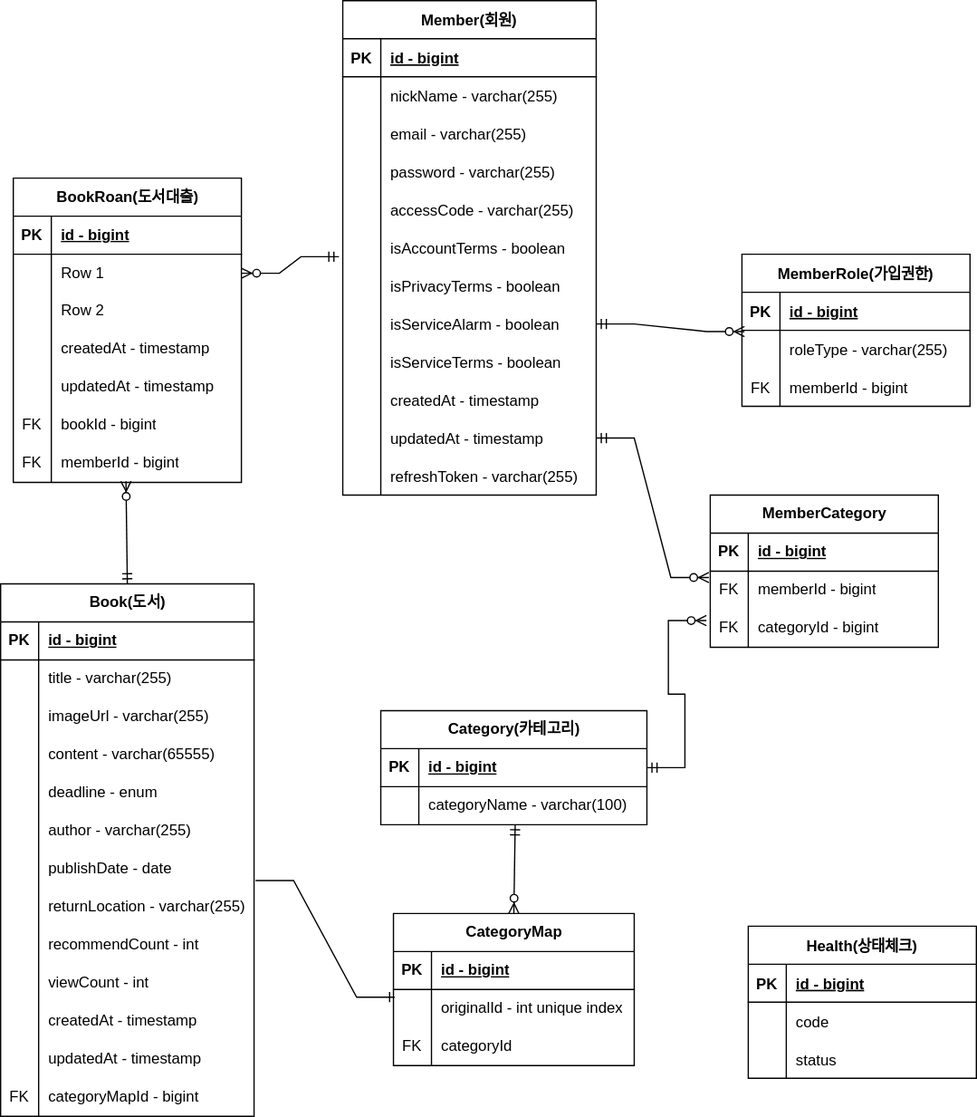
Earlier version of the draw.io export document/litarary.drawio.svg (dukki-labs/litarary). Source tidied: cells renumbered, new cells last; positions are measured from the earlier drawing's top-left corner, leaving out a move shared by most shapes.
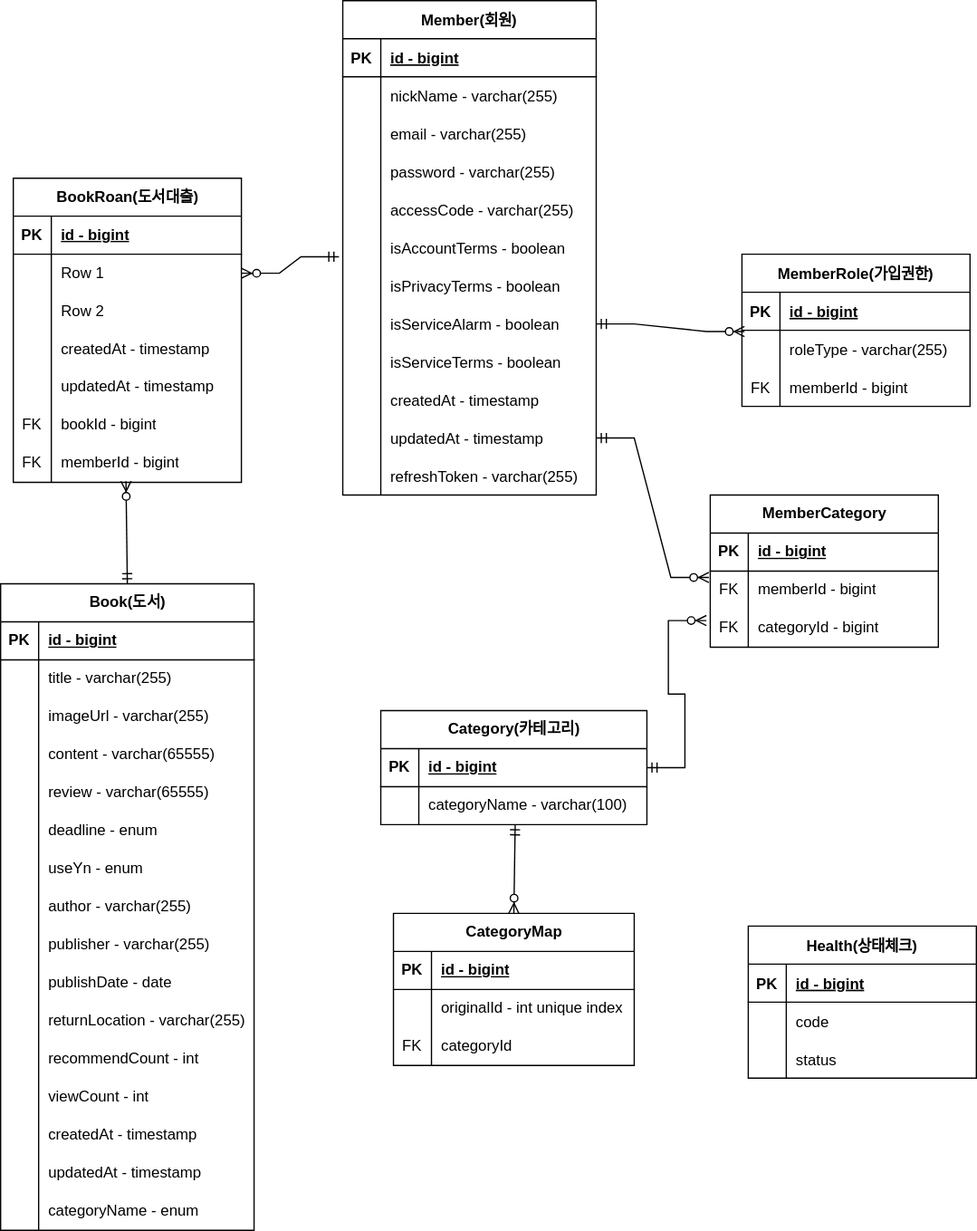
The same diagram one commit later.

Diff of the diagram source:
```diff
@@ -231,7 +231,7 @@
       <mxGeometry relative="1" as="geometry" />
     </mxCell>
     <mxCell id="78" value="Book(도서)" style="shape=table;startSize=30;rowLines=0;fontStyle=1;align=center;html=1;" parent="1" vertex="1">
-      <mxGeometry y="460" width="200" height="420" as="geometry" />
+      <mxGeometry y="460" width="200" height="510" as="geometry" />
     </mxCell>
     <mxCell id="79" style="shape=tableRow;horizontal=0;startSize=0;swimlaneHead=0;swimlaneBody=0;fillColor=none;top=0;left=0;right=0;bottom=1;" parent="78" vertex="1">
       <mxGeometry y="30" width="200" height="30" as="geometry" />
@@ -269,8 +269,17 @@
     <mxCell id="90" value="content - varchar(65555)" style="shape=partialRectangle;fillColor=none;top=0;left=0;bottom=0;right=0;align=left;spacingLeft=6;overflow=hidden;whiteSpace=wrap;html=1;" parent="88" vertex="1">
       <mxGeometry x="30" width="170" height="30" as="geometry" />
     </mxCell>
+    <mxCell id="155" style="shape=tableRow;horizontal=0;startSize=0;swimlaneHead=0;swimlaneBody=0;fillColor=none;top=0;left=0;right=0;bottom=0;" parent="78" vertex="1">
+      <mxGeometry y="150" width="200" height="30" as="geometry" />
+    </mxCell>
+    <mxCell id="156" style="shape=partialRectangle;fillColor=none;top=0;left=0;bottom=0;right=0;overflow=hidden;whiteSpace=wrap;html=1;" parent="155" vertex="1">
+      <mxGeometry width="30" height="30" as="geometry" />
+    </mxCell>
+    <mxCell id="157" value="review - varchar(65555)" style="shape=partialRectangle;fillColor=none;top=0;left=0;bottom=0;right=0;align=left;spacingLeft=6;overflow=hidden;whiteSpace=wrap;html=1;" parent="155" vertex="1">
+      <mxGeometry x="30" width="170" height="30" as="geometry" />
+    </mxCell>
     <mxCell id="91" style="shape=tableRow;horizontal=0;startSize=0;swimlaneHead=0;swimlaneBody=0;fillColor=none;top=0;left=0;right=0;bottom=0;" parent="78" vertex="1">
-      <mxGeometry y="150" width="200" height="30" as="geometry" />
+      <mxGeometry y="180" width="200" height="30" as="geometry" />
     </mxCell>
     <mxCell id="92" style="shape=partialRectangle;fillColor=none;top=0;left=0;bottom=0;right=0;overflow=hidden;whiteSpace=wrap;html=1;" parent="91" vertex="1">
       <mxGeometry width="30" height="30" as="geometry" />
@@ -278,8 +287,17 @@
     <mxCell id="93" value="deadline - enum" style="shape=partialRectangle;fillColor=none;top=0;left=0;bottom=0;right=0;align=left;spacingLeft=6;overflow=hidden;whiteSpace=wrap;html=1;" parent="91" vertex="1">
       <mxGeometry x="30" width="170" height="30" as="geometry" />
     </mxCell>
+    <mxCell id="158" style="shape=tableRow;horizontal=0;startSize=0;swimlaneHead=0;swimlaneBody=0;fillColor=none;top=0;left=0;right=0;bottom=0;" parent="78" vertex="1">
+      <mxGeometry y="210" width="200" height="30" as="geometry" />
+    </mxCell>
+    <mxCell id="159" style="shape=partialRectangle;fillColor=none;top=0;left=0;bottom=0;right=0;overflow=hidden;whiteSpace=wrap;html=1;" parent="158" vertex="1">
+      <mxGeometry width="30" height="30" as="geometry" />
+    </mxCell>
+    <mxCell id="160" value="useYn - enum" style="shape=partialRectangle;fillColor=none;top=0;left=0;bottom=0;right=0;align=left;spacingLeft=6;overflow=hidden;whiteSpace=wrap;html=1;" parent="158" vertex="1">
+      <mxGeometry x="30" width="170" height="30" as="geometry" />
+    </mxCell>
     <mxCell id="94" style="shape=tableRow;horizontal=0;startSize=0;swimlaneHead=0;swimlaneBody=0;fillColor=none;top=0;left=0;right=0;bottom=0;" parent="78" vertex="1">
-      <mxGeometry y="180" width="200" height="30" as="geometry" />
+      <mxGeometry y="240" width="200" height="30" as="geometry" />
     </mxCell>
     <mxCell id="95" style="shape=partialRectangle;fillColor=none;top=0;left=0;bottom=0;right=0;overflow=hidden;whiteSpace=wrap;html=1;" parent="94" vertex="1">
       <mxGeometry width="30" height="30" as="geometry" />
@@ -287,8 +305,17 @@
     <mxCell id="96" value="author - varchar(255)" style="shape=partialRectangle;fillColor=none;top=0;left=0;bottom=0;right=0;align=left;spacingLeft=6;overflow=hidden;whiteSpace=wrap;html=1;" parent="94" vertex="1">
       <mxGeometry x="30" width="170" height="30" as="geometry" />
     </mxCell>
+    <mxCell id="161" style="shape=tableRow;horizontal=0;startSize=0;swimlaneHead=0;swimlaneBody=0;fillColor=none;top=0;left=0;right=0;bottom=0;" parent="78" vertex="1">
+      <mxGeometry y="270" width="200" height="30" as="geometry" />
+    </mxCell>
+    <mxCell id="162" style="shape=partialRectangle;fillColor=none;top=0;left=0;bottom=0;right=0;overflow=hidden;whiteSpace=wrap;html=1;" parent="161" vertex="1">
+      <mxGeometry width="30" height="30" as="geometry" />
+    </mxCell>
+    <mxCell id="163" value="publisher - varchar(255)" style="shape=partialRectangle;fillColor=none;top=0;left=0;bottom=0;right=0;align=left;spacingLeft=6;overflow=hidden;whiteSpace=wrap;html=1;" parent="161" vertex="1">
+      <mxGeometry x="30" width="170" height="30" as="geometry" />
+    </mxCell>
     <mxCell id="97" style="shape=tableRow;horizontal=0;startSize=0;swimlaneHead=0;swimlaneBody=0;fillColor=none;points=[[0,0.5],[1,0.5]];portConstraint=eastwest;top=0;left=0;right=0;bottom=0;" parent="78" vertex="1">
-      <mxGeometry y="210" width="200" height="30" as="geometry" />
+      <mxGeometry y="300" width="200" height="30" as="geometry" />
     </mxCell>
     <mxCell id="98" style="shape=partialRectangle;fillColor=none;top=0;left=0;bottom=0;right=0;overflow=hidden;whiteSpace=wrap;html=1;" parent="97" vertex="1">
       <mxGeometry width="30" height="30" as="geometry" />
@@ -297,7 +324,7 @@
       <mxGeometry x="30" width="170" height="30" as="geometry" />
     </mxCell>
     <mxCell id="100" style="shape=tableRow;horizontal=0;startSize=0;swimlaneHead=0;swimlaneBody=0;fillColor=none;top=0;left=0;right=0;bottom=0;" parent="78" vertex="1">
-      <mxGeometry y="240" width="200" height="30" as="geometry" />
+      <mxGeometry y="330" width="200" height="30" as="geometry" />
     </mxCell>
     <mxCell id="101" style="shape=partialRectangle;fillColor=none;top=0;left=0;bottom=0;right=0;overflow=hidden;whiteSpace=wrap;html=1;" parent="100" vertex="1">
       <mxGeometry width="30" height="30" as="geometry" />
@@ -306,7 +333,7 @@
       <mxGeometry x="30" width="170" height="30" as="geometry" />
     </mxCell>
     <mxCell id="103" style="shape=tableRow;horizontal=0;startSize=0;swimlaneHead=0;swimlaneBody=0;fillColor=none;top=0;left=0;right=0;bottom=0;" parent="78" vertex="1">
-      <mxGeometry y="270" width="200" height="30" as="geometry" />
+      <mxGeometry y="360" width="200" height="30" as="geometry" />
     </mxCell>
     <mxCell id="104" style="shape=partialRectangle;fillColor=none;top=0;left=0;bottom=0;right=0;overflow=hidden;whiteSpace=wrap;html=1;" parent="103" vertex="1">
       <mxGeometry width="30" height="30" as="geometry" />
@@ -315,7 +342,7 @@
       <mxGeometry x="30" width="170" height="30" as="geometry" />
     </mxCell>
     <mxCell id="106" style="shape=tableRow;horizontal=0;startSize=0;swimlaneHead=0;swimlaneBody=0;fillColor=none;top=0;left=0;right=0;bottom=0;" parent="78" vertex="1">
-      <mxGeometry y="300" width="200" height="30" as="geometry" />
+      <mxGeometry y="390" width="200" height="30" as="geometry" />
     </mxCell>
     <mxCell id="107" style="shape=partialRectangle;fillColor=none;top=0;left=0;bottom=0;right=0;overflow=hidden;whiteSpace=wrap;html=1;" parent="106" vertex="1">
       <mxGeometry width="30" height="30" as="geometry" />
@@ -324,7 +351,7 @@
       <mxGeometry x="30" width="170" height="30" as="geometry" />
     </mxCell>
     <mxCell id="109" style="shape=tableRow;horizontal=0;startSize=0;swimlaneHead=0;swimlaneBody=0;fillColor=none;top=0;left=0;right=0;bottom=0;" parent="78" vertex="1">
-      <mxGeometry y="330" width="200" height="30" as="geometry" />
+      <mxGeometry y="420" width="200" height="30" as="geometry" />
     </mxCell>
     <mxCell id="110" style="shape=partialRectangle;fillColor=none;top=0;left=0;bottom=0;right=0;overflow=hidden;whiteSpace=wrap;html=1;" parent="109" vertex="1">
       <mxGeometry width="30" height="30" as="geometry" />
@@ -333,7 +360,7 @@
       <mxGeometry x="30" width="170" height="30" as="geometry" />
     </mxCell>
     <mxCell id="112" style="shape=tableRow;horizontal=0;startSize=0;swimlaneHead=0;swimlaneBody=0;fillColor=none;top=0;left=0;right=0;bottom=0;" parent="78" vertex="1">
-      <mxGeometry y="360" width="200" height="30" as="geometry" />
+      <mxGeometry y="450" width="200" height="30" as="geometry" />
     </mxCell>
     <mxCell id="113" style="shape=partialRectangle;fillColor=none;top=0;left=0;bottom=0;right=0;overflow=hidden;whiteSpace=wrap;html=1;" parent="112" vertex="1">
       <mxGeometry width="30" height="30" as="geometry" />
@@ -342,12 +369,12 @@
       <mxGeometry x="30" width="170" height="30" as="geometry" />
     </mxCell>
     <mxCell id="115" style="shape=tableRow;horizontal=0;startSize=0;swimlaneHead=0;swimlaneBody=0;fillColor=none;top=0;left=0;right=0;bottom=0;" parent="78" vertex="1">
-      <mxGeometry y="390" width="200" height="30" as="geometry" />
+      <mxGeometry y="480" width="200" height="30" as="geometry" />
     </mxCell>
-    <mxCell id="116" value="FK" style="shape=partialRectangle;fillColor=none;top=0;left=0;bottom=0;right=0;overflow=hidden;whiteSpace=wrap;html=1;" parent="115" vertex="1">
+    <mxCell id="116" style="shape=partialRectangle;fillColor=none;top=0;left=0;bottom=0;right=0;overflow=hidden;whiteSpace=wrap;html=1;" parent="115" vertex="1">
       <mxGeometry width="30" height="30" as="geometry" />
     </mxCell>
-    <mxCell id="117" value="categoryMapId - bigint" style="shape=partialRectangle;fillColor=none;top=0;left=0;bottom=0;right=0;align=left;spacingLeft=6;overflow=hidden;whiteSpace=wrap;html=1;" parent="115" vertex="1">
+    <mxCell id="117" value="categoryName - enum" style="shape=partialRectangle;fillColor=none;top=0;left=0;bottom=0;right=0;align=left;spacingLeft=6;overflow=hidden;whiteSpace=wrap;html=1;" parent="115" vertex="1">
       <mxGeometry x="30" width="170" height="30" as="geometry" />
     </mxCell>
     <mxCell id="118" value="BookRoan(도서대출)" style="shape=table;startSize=30;rowLines=0;fontStyle=1;align=center;html=1;" parent="1" vertex="1">
@@ -422,9 +449,6 @@
     <mxCell id="141" style="fontSize=12;html=1;endArrow=ERzeroToMany;startArrow=ERmandOne;rounded=0;entryX=0.494;entryY=0.967;entryDx=0;entryDy=0;entryPerimeter=0;exitX=0.5;exitY=0;exitDx=0;exitDy=0;" parent="1" edge="1" source="78" target="137">
       <mxGeometry relative="1" as="geometry" />
     </mxCell>
-    <mxCell id="142" style="edgeStyle=entityRelationEdgeStyle;fontSize=12;html=1;endArrow=ERone;endFill=1;rounded=0;exitX=1.006;exitY=0.8;exitDx=0;exitDy=0;exitPerimeter=0;entryX=0.005;entryY=0.2;entryDx=0;entryDy=0;entryPerimeter=0;" parent="1" edge="1" source="97" target="71">
-      <mxGeometry relative="1" as="geometry" />
-    </mxCell>
     <mxCell id="143" value="MemberCategory" style="shape=table;startSize=30;rowLines=0;fontStyle=1;align=center;html=1;" parent="1" vertex="1">
       <mxGeometry x="560" y="390" width="180" height="120" as="geometry" />
     </mxCell>
```
